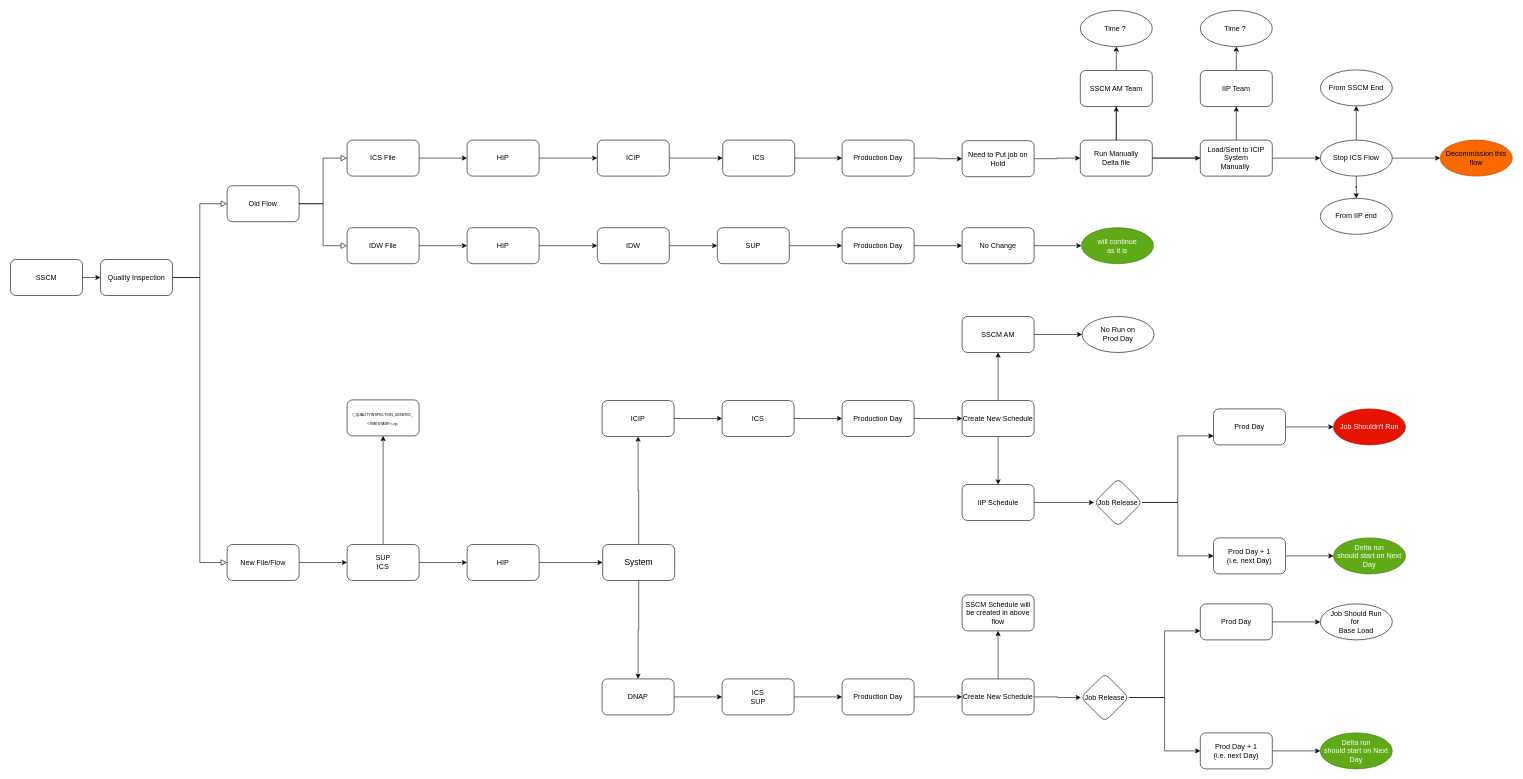
nselangovan/powerofdata keeps this draw.io diagram as page "Quality_inspection" (1 of 2) of QINSP.drawio. Above is the earlier version. Source tidied: cells renumbered, new cells numbered last; positions are measured from the earlier drawing's top-left corner, leaving out a move shared by most shapes. Both pictures are drawn from the tidied source at 60%, with x=0, y=0 at pixel (10, 10).
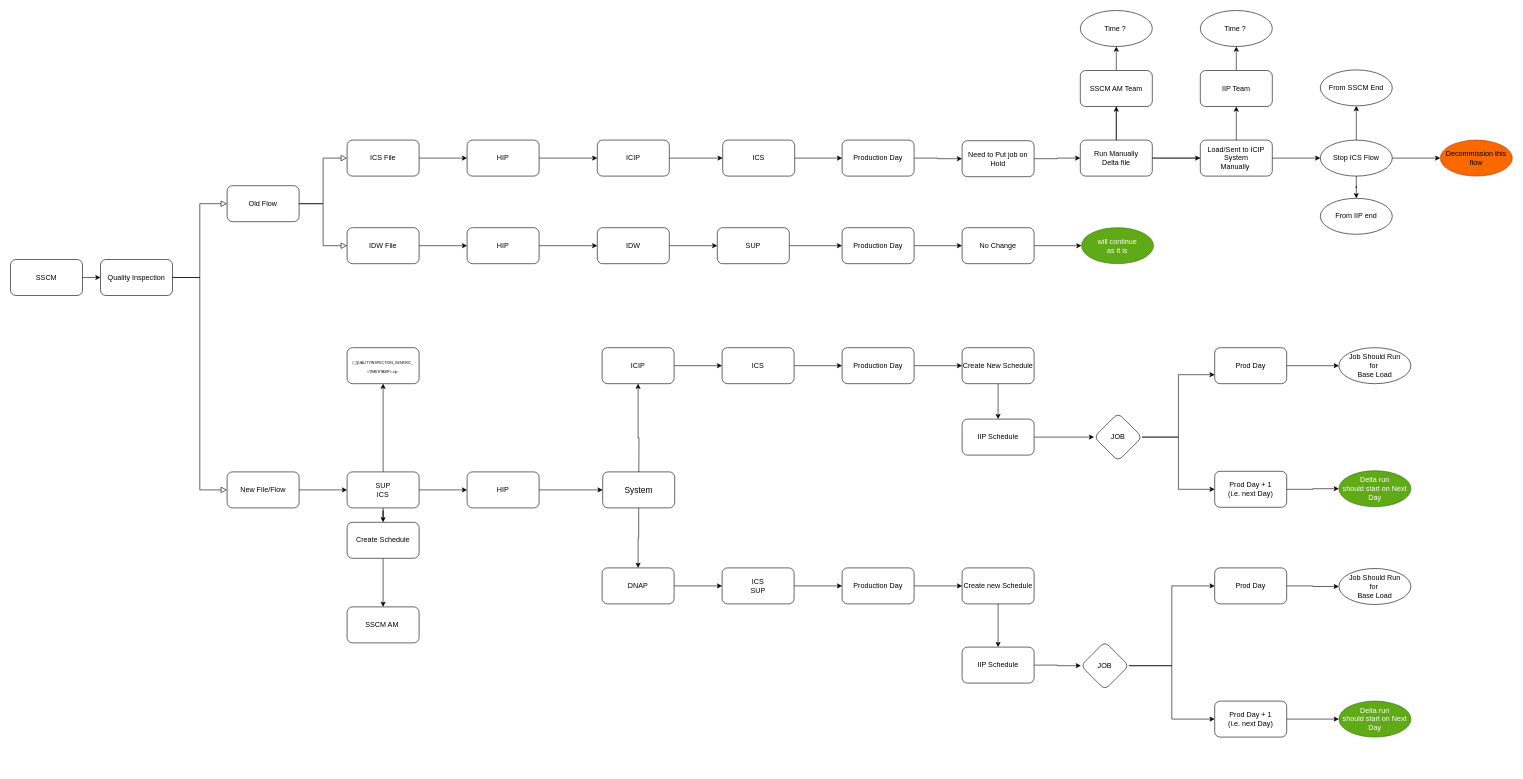
Above is the later version.

Diff of the diagram source:
```diff
@@
     <mxCell id="13" value="New File/Flow" style="rounded=1;whiteSpace=wrap;html=1;" parent="1" vertex="1">
-      <mxGeometry x="361" y="890" width="120" height="60" as="geometry" />
+      <mxGeometry x="361" y="769" width="120" height="60" as="geometry" />
     </mxCell>
@@
     <mxCell id="51" value="&lt;span&gt;&lt;font style=&quot;font-size: 6px;&quot;&gt;I_QUALITYINSPECTION_GENERIC_&lt;br&gt;&amp;lt;TIMESTAMP&amp;gt;.zip&amp;nbsp;&lt;/font&gt;&lt;/span&gt;" style="whiteSpace=wrap;html=1;rounded=1;" parent="1" vertex="1">
-      <mxGeometry x="561" y="649" width="120" height="60" as="geometry" />
+      <mxGeometry x="561" y="562" width="120" height="60" as="geometry" />
     </mxCell>
@@
+    <mxCell id="109" style="edgeStyle=orthogonalEdgeStyle;rounded=0;jettySize=auto;html=1;" parent="1" edge="1" source="54" target="112">
+      <mxGeometry relative="1" as="geometry" />
+    </mxCell>
     <mxCell id="54" value="SUP&lt;br&gt;ICS" style="whiteSpace=wrap;html=1;rounded=1;" parent="1" vertex="1">
-      <mxGeometry x="561" y="890" width="120" height="60" as="geometry" />
+      <mxGeometry x="561" y="769" width="120" height="60" as="geometry" />
     </mxCell>
-    <mxCell id="55" style="edgeStyle=orthogonalEdgeStyle;rounded=0;jettySize=auto;html=1;fontSize=6;exitX=0.5;exitY=0;exitDx=0;exitDy=0;" parent="1" edge="1" source="108" target="58">
-      <mxGeometry relative="1" as="geometry" />
+    <mxCell id="55" style="edgeStyle=orthogonalEdgeStyle;rounded=0;jettySize=auto;html=1;fontSize=6;exitX=0.5;exitY=0;exitDx=0;exitDy=0;" parent="1" edge="1" target="58">
+      <mxGeometry relative="1" as="geometry">
+        <mxPoint x="1047" y="802" as="sourcePoint" />
+      </mxGeometry>
     </mxCell>
@@
     <mxCell id="58" value="ICIP" style="whiteSpace=wrap;html=1;rounded=1;" parent="1" vertex="1">
-      <mxGeometry x="986" y="650" width="120" height="60" as="geometry" />
+      <mxGeometry x="986" y="562" width="120" height="60" as="geometry" />
     </mxCell>
@@
     <mxCell id="60" value="DNAP" style="whiteSpace=wrap;html=1;rounded=1;" parent="1" vertex="1">
-      <mxGeometry x="986" y="1114" width="120" height="60" as="geometry" />
+      <mxGeometry x="986" y="929" width="120" height="60" as="geometry" />
     </mxCell>
@@
     <mxCell id="62" value="ICS&lt;br&gt;SUP" style="whiteSpace=wrap;html=1;rounded=1;" parent="1" vertex="1">
-      <mxGeometry x="1186" y="1114" width="120" height="60" as="geometry" />
+      <mxGeometry x="1186" y="929" width="120" height="60" as="geometry" />
     </mxCell>
@@
     <mxCell id="64" value="ICS" style="whiteSpace=wrap;html=1;rounded=1;" parent="1" vertex="1">
-      <mxGeometry x="1186" y="650" width="120" height="60" as="geometry" />
+      <mxGeometry x="1186" y="562" width="120" height="60" as="geometry" />
     </mxCell>
-    <mxCell id="65" style="edgeStyle=orthogonalEdgeStyle;rounded=0;jettySize=auto;html=1;fontSize=6;" parent="1" edge="1" source="66" target="74">
-      <mxGeometry relative="1" as="geometry" />
-    </mxCell>
+    <mxCell id="110" style="edgeStyle=orthogonalEdgeStyle;rounded=0;jettySize=auto;html=1;" parent="1" edge="1" source="66" target="115">
+      <mxGeometry relative="1" as="geometry" />
+    </mxCell>
     <mxCell id="66" value="Production Day" style="whiteSpace=wrap;html=1;rounded=1;" parent="1" vertex="1">
-      <mxGeometry x="1386" y="1114" width="120" height="60" as="geometry" />
+      <mxGeometry x="1386" y="929" width="120" height="60" as="geometry" />
     </mxCell>
@@
     <mxCell id="68" value="Production Day" style="whiteSpace=wrap;html=1;rounded=1;" parent="1" vertex="1">
-      <mxGeometry x="1386" y="650" width="120" height="60" as="geometry" />
+      <mxGeometry x="1386" y="562" width="120" height="60" as="geometry" />
     </mxCell>
-    <mxCell id="69" style="edgeStyle=orthogonalEdgeStyle;rounded=0;jettySize=auto;html=1;fontSize=6;" parent="1" edge="1" source="71" target="76">
-      <mxGeometry relative="1" as="geometry" />
-    </mxCell>
@@
     <mxCell id="71" value="Create New Schedule" style="whiteSpace=wrap;html=1;rounded=1;" parent="1" vertex="1">
-      <mxGeometry x="1586" y="650" width="120" height="60" as="geometry" />
+      <mxGeometry x="1586" y="562" width="120" height="60" as="geometry" />
     </mxCell>
-    <mxCell id="72" style="edgeStyle=orthogonalEdgeStyle;rounded=0;jettySize=auto;html=1;fontSize=6;" parent="1" edge="1" source="74" target="95">
-      <mxGeometry relative="1" as="geometry" />
-    </mxCell>
@@
-    <mxCell id="74" value="Create New Schedule" style="whiteSpace=wrap;html=1;rounded=1;" parent="1" vertex="1">
-      <mxGeometry x="1586" y="1114" width="120" height="60" as="geometry" />
+    <mxCell id="74" value="IIP Schedule" style="whiteSpace=wrap;html=1;rounded=1;" parent="1" vertex="1">
+      <mxGeometry x="1586" y="1061" width="120" height="60" as="geometry" />
     </mxCell>
-    <mxCell id="75" style="edgeStyle=orthogonalEdgeStyle;rounded=0;jettySize=auto;html=1;fontSize=6;" parent="1" edge="1" source="76" target="79">
-      <mxGeometry relative="1" as="geometry" />
-    </mxCell>
-    <mxCell id="76" value="SSCM AM" style="whiteSpace=wrap;html=1;rounded=1;" parent="1" vertex="1">
-      <mxGeometry x="1586" y="510" width="120" height="60" as="geometry" />
-    </mxCell>
@@
     <mxCell id="78" value="IIP Schedule" style="whiteSpace=wrap;html=1;rounded=1;" parent="1" vertex="1">
-      <mxGeometry x="1586" y="790" width="120" height="60" as="geometry" />
+      <mxGeometry x="1586" y="681" width="120" height="60" as="geometry" />
     </mxCell>
-    <mxCell id="79" value="No Run on &lt;br&gt;Prod Day" style="ellipse;whiteSpace=wrap;html=1;rounded=1;" parent="1" vertex="1">
-      <mxGeometry x="1786" y="510" width="120" height="60" as="geometry" />
-    </mxCell>
@@
-    <mxCell id="88" value="Job Release" style="rhombus;whiteSpace=wrap;html=1;rounded=1;" parent="1" vertex="1">
-      <mxGeometry x="1806" y="780" width="80" height="80" as="geometry" />
+    <mxCell id="88" value="JOB" style="rhombus;whiteSpace=wrap;html=1;rounded=1;" parent="1" vertex="1">
+      <mxGeometry x="1806" y="671" width="80" height="80" as="geometry" />
     </mxCell>
-    <mxCell id="89" style="edgeStyle=orthogonalEdgeStyle;rounded=0;jettySize=auto;html=1;fontSize=6;" parent="1" edge="1" source="90" target="93">
+    <mxCell id="89" style="edgeStyle=orthogonalEdgeStyle;rounded=0;jettySize=auto;html=1;fontSize=6;entryX=0;entryY=0.5;entryDx=0;entryDy=0;" parent="1" edge="1" source="90" target="113">
       <mxGeometry relative="1" as="geometry" />
     </mxCell>
     <mxCell id="90" value="Prod Day" style="whiteSpace=wrap;html=1;rounded=1;" parent="1" vertex="1">
-      <mxGeometry x="2005" y="664" width="120" height="60" as="geometry" />
+      <mxGeometry x="2007" y="562" width="120" height="60" as="geometry" />
     </mxCell>
-    <mxCell id="91" style="edgeStyle=orthogonalEdgeStyle;rounded=0;jettySize=auto;html=1;fontSize=6;" parent="1" edge="1" source="92" target="94">
+    <mxCell id="91" style="edgeStyle=orthogonalEdgeStyle;rounded=0;jettySize=auto;html=1;exitX=1;exitY=0.5;exitDx=0;exitDy=0;entryX=0;entryY=0.5;entryDx=0;entryDy=0;" parent="1" edge="1" source="92" target="94">
       <mxGeometry relative="1" as="geometry" />
     </mxCell>
     <mxCell id="92" value="Prod Day + 1&lt;br&gt;(i.e. next Day)" style="whiteSpace=wrap;html=1;rounded=1;" parent="1" vertex="1">
-      <mxGeometry x="2005" y="879" width="120" height="60" as="geometry" />
+      <mxGeometry x="2007" y="768" width="120" height="60" as="geometry" />
     </mxCell>
-    <mxCell id="93" value="Job Shouldn't Run" style="ellipse;whiteSpace=wrap;html=1;rounded=1;fillColor=#e51400;fontColor=#ffffff;strokeColor=#B20000;" parent="1" vertex="1">
-      <mxGeometry x="2205" y="664" width="120" height="60" as="geometry" />
-    </mxCell>
     <mxCell id="94" value="Delta run &lt;br&gt;should start on Next Day" style="ellipse;whiteSpace=wrap;html=1;rounded=1;fillColor=#60a917;fontColor=#ffffff;strokeColor=#2D7600;" parent="1" vertex="1">
-      <mxGeometry x="2205" y="879" width="120" height="60" as="geometry" />
+      <mxGeometry x="2214" y="767" width="120" height="60" as="geometry" />
     </mxCell>
-    <mxCell id="95" value="SSCM Schedule will be created in above flow" style="whiteSpace=wrap;html=1;rounded=1;" parent="1" vertex="1">
-      <mxGeometry x="1586" y="974" width="120" height="60" as="geometry" />
-    </mxCell>
-    <mxCell id="96" style="edgeStyle=orthogonalEdgeStyle;rounded=0;jettySize=auto;html=1;fontSize=6;entryX=0;entryY=0.75;entryDx=0;entryDy=0;" parent="1" edge="1" source="98" target="100">
+    <mxCell id="96" style="edgeStyle=orthogonalEdgeStyle;rounded=0;jettySize=auto;html=1;fontSize=6;entryX=0;entryY=0.5;entryDx=0;entryDy=0;" parent="1" edge="1" source="98" target="100">
       <mxGeometry relative="1" as="geometry" />
     </mxCell>
@@
-    <mxCell id="98" value="Job Release" style="rhombus;whiteSpace=wrap;html=1;rounded=1;" parent="1" vertex="1">
-      <mxGeometry x="1784" y="1105" width="80" height="80" as="geometry" />
+    <mxCell id="98" value="JOB" style="rhombus;whiteSpace=wrap;html=1;rounded=1;" parent="1" vertex="1">
+      <mxGeometry x="1784" y="1052" width="80" height="80" as="geometry" />
     </mxCell>
-    <mxCell id="99" style="edgeStyle=orthogonalEdgeStyle;rounded=0;jettySize=auto;html=1;fontSize=6;" parent="1" edge="1" source="100" target="103">
+    <mxCell id="99" style="edgeStyle=orthogonalEdgeStyle;rounded=0;jettySize=auto;html=1;exitX=1;exitY=0.5;exitDx=0;exitDy=0;entryX=0;entryY=0.5;entryDx=0;entryDy=0;" parent="1" edge="1" source="100" target="103">
       <mxGeometry relative="1" as="geometry" />
     </mxCell>
     <mxCell id="100" value="Prod Day" style="whiteSpace=wrap;html=1;rounded=1;" parent="1" vertex="1">
-      <mxGeometry x="1983" y="989" width="120" height="60" as="geometry" />
+      <mxGeometry x="2007" y="929" width="120" height="60" as="geometry" />
     </mxCell>
@@
     <mxCell id="102" value="Prod Day + 1&lt;br&gt;(i.e. next Day)" style="whiteSpace=wrap;html=1;rounded=1;" parent="1" vertex="1">
-      <mxGeometry x="1983" y="1204" width="120" height="60" as="geometry" />
+      <mxGeometry x="2007" y="1151" width="120" height="60" as="geometry" />
     </mxCell>
     <mxCell id="103" value="Job Should Run&lt;br&gt;for&amp;nbsp;&lt;br&gt;Base Load" style="ellipse;whiteSpace=wrap;html=1;rounded=1;" parent="1" vertex="1">
-      <mxGeometry x="2183" y="989" width="120" height="60" as="geometry" />
+      <mxGeometry x="2214" y="930" width="120" height="60" as="geometry" />
     </mxCell>
     <mxCell id="104" value="Delta run &lt;br&gt;should start on Next Day" style="ellipse;whiteSpace=wrap;html=1;rounded=1;fillColor=#60a917;fontColor=#ffffff;strokeColor=#2D7600;" parent="1" vertex="1">
-      <mxGeometry x="2183" y="1204" width="120" height="60" as="geometry" />
+      <mxGeometry x="2214" y="1151" width="120" height="60" as="geometry" />
     </mxCell>
@@
     <mxCell id="107" value="HIP" style="whiteSpace=wrap;html=1;rounded=1;" parent="1" vertex="1">
-      <mxGeometry x="761" y="890" width="120" height="60" as="geometry" />
+      <mxGeometry x="761" y="769" width="120" height="60" as="geometry" />
     </mxCell>
     <mxCell id="108" value="&lt;font style=&quot;font-size: 14px;&quot;&gt;System&lt;/font&gt;" style="rounded=1;whiteSpace=wrap;html=1;fontSize=6;" parent="1" vertex="1">
-      <mxGeometry x="987" y="890" width="120" height="60" as="geometry" />
+      <mxGeometry x="987" y="769" width="120" height="60" as="geometry" />
     </mxCell>
+    <mxCell id="111" style="edgeStyle=orthogonalEdgeStyle;rounded=0;jettySize=auto;html=1;" parent="1" edge="1" source="112" target="76">
+      <mxGeometry relative="1" as="geometry" />
+    </mxCell>
+    <mxCell id="112" value="Create Schedule" style="whiteSpace=wrap;html=1;rounded=1;" parent="1" vertex="1">
+      <mxGeometry x="561" y="853" width="120" height="60" as="geometry" />
+    </mxCell>
+    <mxCell id="76" value="SSCM AM&amp;nbsp;" style="whiteSpace=wrap;html=1;rounded=1;" parent="1" vertex="1">
+      <mxGeometry x="561" y="994" width="120" height="60" as="geometry" />
+    </mxCell>
+    <mxCell id="113" value="Job Should Run&lt;br&gt;for&amp;nbsp;&lt;br&gt;Base Load" style="ellipse;whiteSpace=wrap;html=1;rounded=1;" parent="1" vertex="1">
+      <mxGeometry x="2214" y="562" width="120" height="60" as="geometry" />
+    </mxCell>
+    <mxCell id="114" style="edgeStyle=orthogonalEdgeStyle;rounded=0;jettySize=auto;html=1;exitX=0.5;exitY=1;exitDx=0;exitDy=0;entryX=0.5;entryY=0;entryDx=0;entryDy=0;" parent="1" edge="1" source="115" target="74">
+      <mxGeometry relative="1" as="geometry" />
+    </mxCell>
+    <mxCell id="115" value="Create new Schedule" style="whiteSpace=wrap;html=1;rounded=1;" parent="1" vertex="1">
+      <mxGeometry x="1586" y="929" width="120" height="60" as="geometry" />
+    </mxCell>
```
